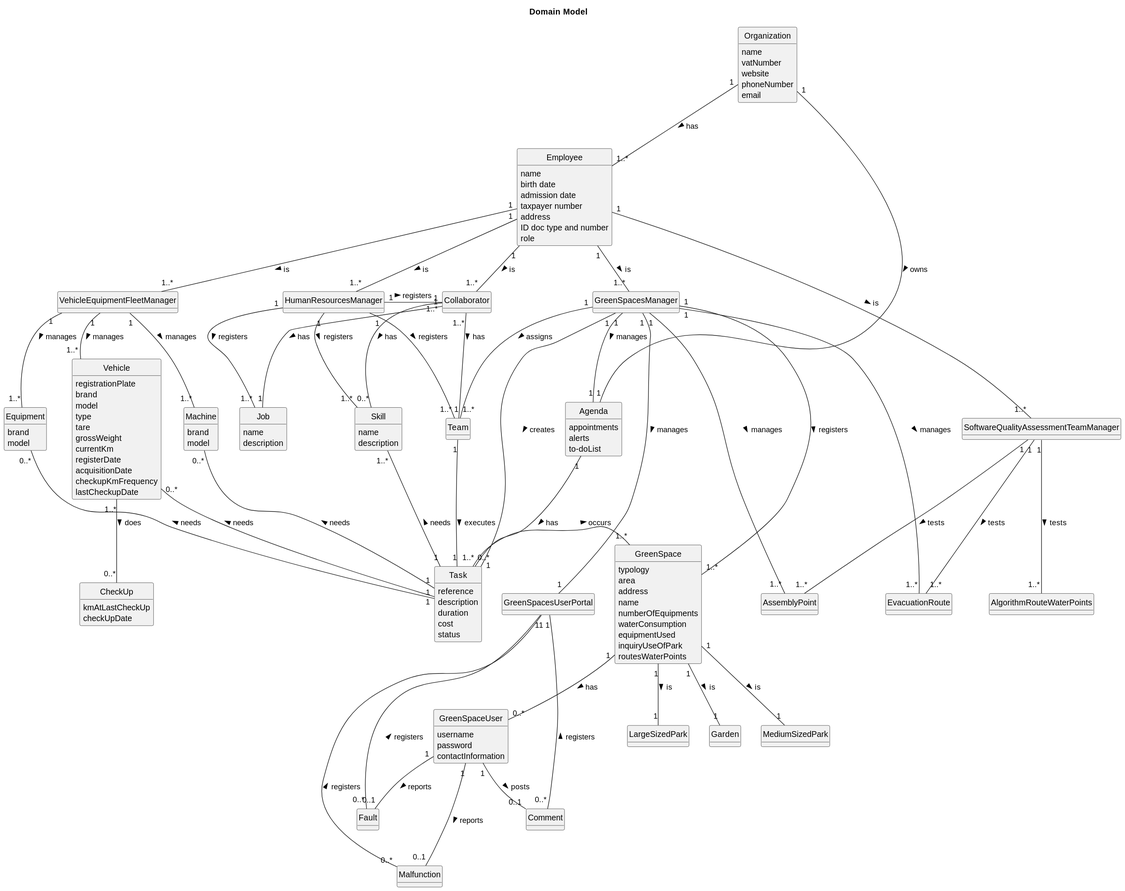
The PlantUML diagram docs/sprintC/global-artifacts/02.analysis/svg/project-domain-model.svg in LopemigueISEP/lei-24-s2-1nb-g312, before a commit.
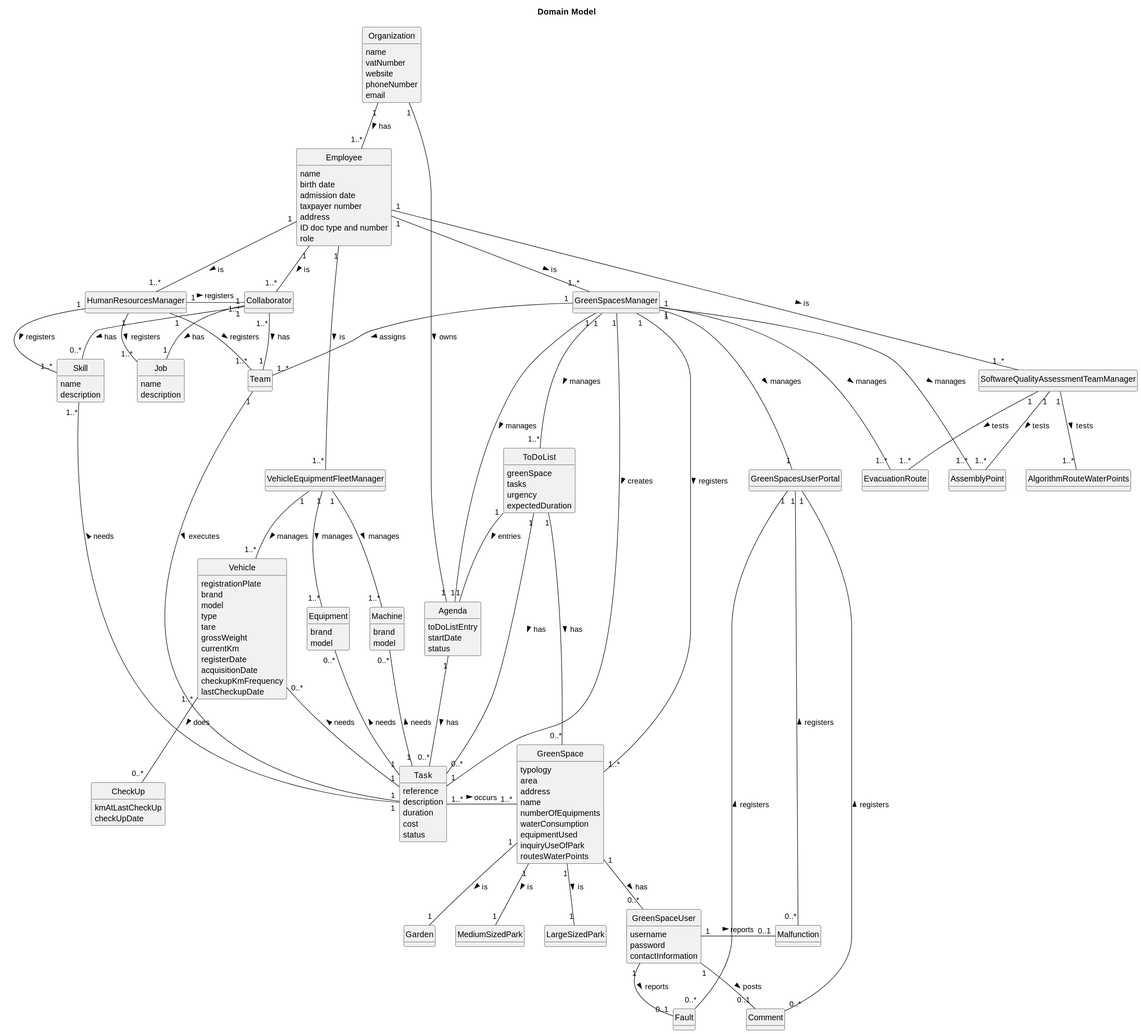
Later version of the same file.

Change to the diagram source:
```diff
@@ -26,9 +26,15 @@
     role
 }
 class Agenda {
-    appointments
-    alerts
-    to-doList
+    toDoListEntry
+    startDate
+    status
+}
+class ToDoList{
+    greenSpace
+    tasks
+    urgency
+    expectedDuration
 }
 class Task {
     reference
@@ -139,6 +145,7 @@
 GreenSpacesManager "1" --- "1" GreenSpacesUserPortal : manages >
 GreenSpacesManager "1" --- "1..*" AssemblyPoint : manages >
 GreenSpacesManager "1" --- "1..*" EvacuationRoute : manages >
+GreenSpacesManager "1" --- "1..*" ToDoList : manages >
 Collaborator "1" -- "1" Job : has >
 Collaborator "1" -- "0..*" Skill : has >
 Collaborator "1..*" -- "1" Team : has >
@@ -167,4 +174,7 @@
 Vehicle "1..*" -- "0..*" CheckUp : does >
 GreenSpacesManager "1" -- "1" Agenda : manages >
 GreenSpacesManager "1" -- "1..*" Team : assigns >
+ToDoList "1" -- "0..*" Task : has >
+ToDoList "1" -- "0..*" GreenSpace : has >
+ToDoList "1" -- "1" Agenda : entries >
 @enduml
```
